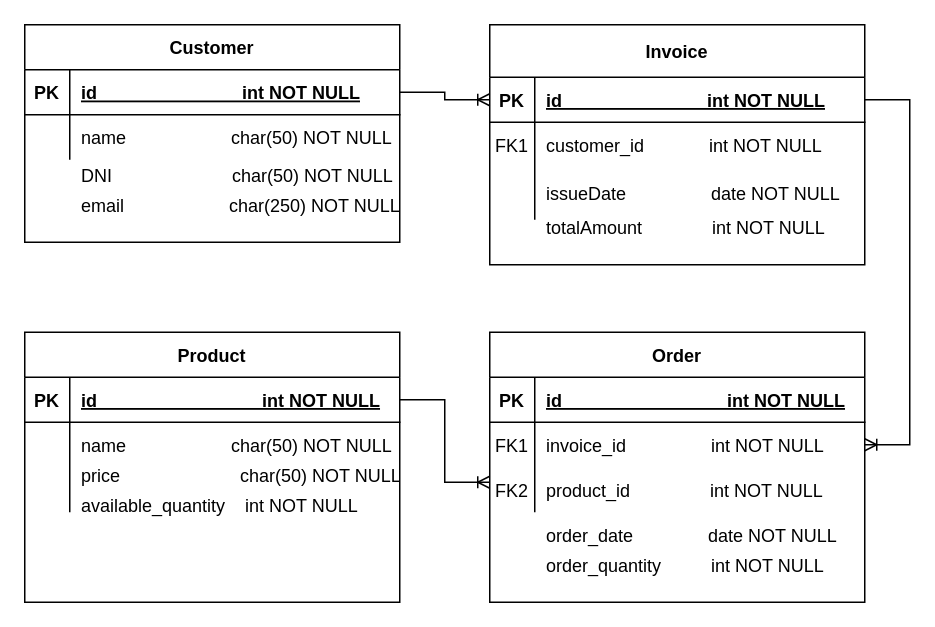
The draw.io diagram SalesManagement.drawio in RobertClaros/SalesManagement, before the edit. Source tidied: cells renumbered, new cells numbered last; positions are measured from the earlier drawing's top-left corner, leaving out a move shared by most shapes. Both pictures are drawn from the tidied source at 150%, with x=0, y=0 at pixel (24, 24).
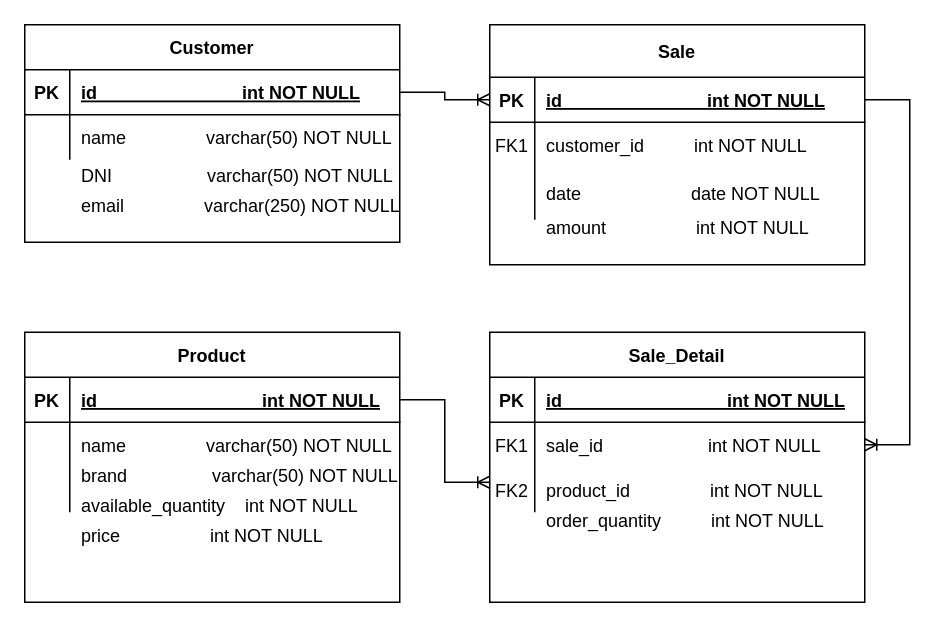
The same page after the edit.

Unchanged cells that the change refers to:
```xml
<mxCell id="6" style="shape=partialRectangle;fillColor=none;points=[[0,0.5],[1,0.5]];portConstraint=eastwest;top=0;left=0;right=0;bottom=0;" parent="2" vertex="1">
  <mxGeometry y="60" width="250" height="30" as="geometry" />
</mxCell>
<mxCell id="26" style="shape=partialRectangle;fillColor=none;top=0;left=0;right=0;bottom=0;" parent="22" vertex="1">
  <mxGeometry y="60" width="250" height="30" as="geometry" />
</mxCell>
<mxCell id="36" style="shape=partialRectangle;fillColor=none;top=0;left=0;right=0;bottom=0;" parent="32" vertex="1">
  <mxGeometry y="65" width="250" height="30" as="geometry" />
</mxCell>
<mxCell id="39" style="shape=partialRectangle;fillColor=none;top=0;left=0;right=0;bottom=0;" parent="32" vertex="1">
  <mxGeometry y="95" width="250" height="35" as="geometry" />
</mxCell>
```

What changed in the source:
```diff
@@
-    <mxCell id="2" value="Order" style="shape=table;startSize=30;childLayout=tableLayout;rowLines=0;fontStyle=1;align=center;" parent="1" vertex="1">
+    <mxCell id="2" value="Sale_Detail" style="shape=table;startSize=30;childLayout=tableLayout;rowLines=0;fontStyle=1;align=center;" parent="1" vertex="1">
       <mxGeometry x="310" y="205" width="250" height="180" as="geometry" />
     </mxCell>
@@
-    <mxCell id="8" value="invoice_id                 int NOT NULL" style="shape=partialRectangle;overflow=hidden;fillColor=none;top=0;left=0;bottom=0;right=0;align=left;spacingLeft=6;" parent="6" vertex="1">
+    <mxCell id="8" value="sale_id                     int NOT NULL" style="shape=partialRectangle;overflow=hidden;fillColor=none;top=0;left=0;bottom=0;right=0;align=left;spacingLeft=6;" parent="6" vertex="1">
       <mxGeometry x="30" width="220" height="30" as="geometry" />
     </mxCell>
@@
-    <mxCell id="28" value="name                     char(50) NOT NULL" style="shape=partialRectangle;overflow=hidden;fillColor=none;top=0;left=0;bottom=0;right=0;align=left;spacingLeft=6;" parent="26" vertex="1">
+    <mxCell id="28" value="name                varchar(50) NOT NULL" style="shape=partialRectangle;overflow=hidden;fillColor=none;top=0;left=0;bottom=0;right=0;align=left;spacingLeft=6;" parent="26" vertex="1">
       <mxGeometry x="30" width="220" height="30" as="geometry" />
     </mxCell>
-    <mxCell id="29" value="DNI                        char(50) NOT NULL" style="shape=partialRectangle;overflow=hidden;fillColor=none;top=0;left=0;bottom=0;right=0;align=left;spacingLeft=6;" parent="1" vertex="1">
+    <mxCell id="29" value="DNI                   varchar(50) NOT NULL" style="shape=partialRectangle;overflow=hidden;fillColor=none;top=0;left=0;bottom=0;right=0;align=left;spacingLeft=6;" parent="1" vertex="1">
       <mxGeometry x="30" y="85" width="220" height="30" as="geometry" />
     </mxCell>
-    <mxCell id="30" value="email                     char(250) NOT NULL" style="shape=partialRectangle;overflow=hidden;fillColor=none;top=0;left=0;bottom=0;right=0;align=left;spacingLeft=6;" parent="1" vertex="1">
+    <mxCell id="30" value="email                varchar(250) NOT NULL" style="shape=partialRectangle;overflow=hidden;fillColor=none;top=0;left=0;bottom=0;right=0;align=left;spacingLeft=6;" parent="1" vertex="1">
       <mxGeometry x="30" y="105" width="220" height="30" as="geometry" />
     </mxCell>
-    <mxCell id="31" style="shape=partialRectangle;overflow=hidden;fillColor=none;top=0;left=0;bottom=0;right=0;align=left;spacingLeft=6;" parent="1" vertex="1">
-      <mxGeometry x="30" y="115" width="220" height="30" as="geometry" />
-    </mxCell>
-    <mxCell id="32" value="Invoice" style="shape=table;startSize=35;childLayout=tableLayout;rowLines=0;fontStyle=1;align=center;" parent="1" vertex="1">
+    <mxCell id="32" value="Sale" style="shape=table;startSize=35;childLayout=tableLayout;rowLines=0;fontStyle=1;align=center;" parent="1" vertex="1">
       <mxGeometry x="310" width="250" height="160" as="geometry" />
     </mxCell>
@@
-    <mxCell id="38" value="customer_id             int NOT NULL" style="shape=partialRectangle;overflow=hidden;fillColor=none;top=0;left=0;bottom=0;right=0;align=left;spacingLeft=6;" parent="36" vertex="1">
+    <mxCell id="38" value="customer_id          int NOT NULL" style="shape=partialRectangle;overflow=hidden;fillColor=none;top=0;left=0;bottom=0;right=0;align=left;spacingLeft=6;" parent="36" vertex="1">
       <mxGeometry x="30" width="220" height="30" as="geometry" />
     </mxCell>
@@
-    <mxCell id="41" value="issueDate                 date NOT NULL" style="shape=partialRectangle;overflow=hidden;fillColor=none;top=0;left=0;bottom=0;right=0;align=left;spacingLeft=6;" parent="39" vertex="1">
+    <mxCell id="41" value="date                      date NOT NULL" style="shape=partialRectangle;overflow=hidden;fillColor=none;top=0;left=0;bottom=0;right=0;align=left;spacingLeft=6;" parent="39" vertex="1">
       <mxGeometry x="30" width="220" height="35" as="geometry" />
     </mxCell>
-    <mxCell id="42" value="name                     char(50) NOT NULL" style="shape=partialRectangle;overflow=hidden;fillColor=none;top=0;left=0;bottom=0;right=0;align=left;spacingLeft=6;" parent="1" vertex="1">
+    <mxCell id="42" value="name                varchar(50) NOT NULL" style="shape=partialRectangle;overflow=hidden;fillColor=none;top=0;left=0;bottom=0;right=0;align=left;spacingLeft=6;" parent="1" vertex="1">
       <mxGeometry x="30" y="265" width="220" height="30" as="geometry" />
     </mxCell>
-    <mxCell id="43" value="price                        char(50) NOT NULL" style="shape=partialRectangle;overflow=hidden;fillColor=none;top=0;left=0;bottom=0;right=0;align=left;spacingLeft=6;" parent="1" vertex="1">
+    <mxCell id="43" value="brand                 varchar(50) NOT NULL" style="shape=partialRectangle;overflow=hidden;fillColor=none;top=0;left=0;bottom=0;right=0;align=left;spacingLeft=6;" parent="1" vertex="1">
       <mxGeometry x="30" y="285" width="220" height="30" as="geometry" />
     </mxCell>
@@
     <mxCell id="45" value="order_quantity          int NOT NULL" style="shape=partialRectangle;overflow=hidden;fillColor=none;top=0;left=0;bottom=0;right=0;align=left;spacingLeft=6;" parent="1" vertex="1">
-      <mxGeometry x="340" y="345" width="220" height="30" as="geometry" />
+      <mxGeometry x="340" y="315" width="220" height="30" as="geometry" />
     </mxCell>
-    <mxCell id="46" value="order_date               date NOT NULL" style="shape=partialRectangle;overflow=hidden;fillColor=none;top=0;left=0;bottom=0;right=0;align=left;spacingLeft=6;" parent="1" vertex="1">
-      <mxGeometry x="340" y="325" width="220" height="30" as="geometry" />
-    </mxCell>
@@
-    <mxCell id="48" value="totalAmount              int NOT NULL" style="shape=partialRectangle;overflow=hidden;fillColor=none;top=0;left=0;bottom=0;right=0;align=left;spacingLeft=6;" parent="1" vertex="1">
+    <mxCell id="48" value="amount                  int NOT NULL" style="shape=partialRectangle;overflow=hidden;fillColor=none;top=0;left=0;bottom=0;right=0;align=left;spacingLeft=6;" parent="1" vertex="1">
       <mxGeometry x="340" y="120" width="220" height="30" as="geometry" />
     </mxCell>
@@
+    <mxCell id="52" value="price                  int NOT NULL" style="shape=partialRectangle;overflow=hidden;fillColor=none;top=0;left=0;bottom=0;right=0;align=left;spacingLeft=6;" parent="1" vertex="1">
+      <mxGeometry x="30" y="325" width="220" height="30" as="geometry" />
+    </mxCell>
```
